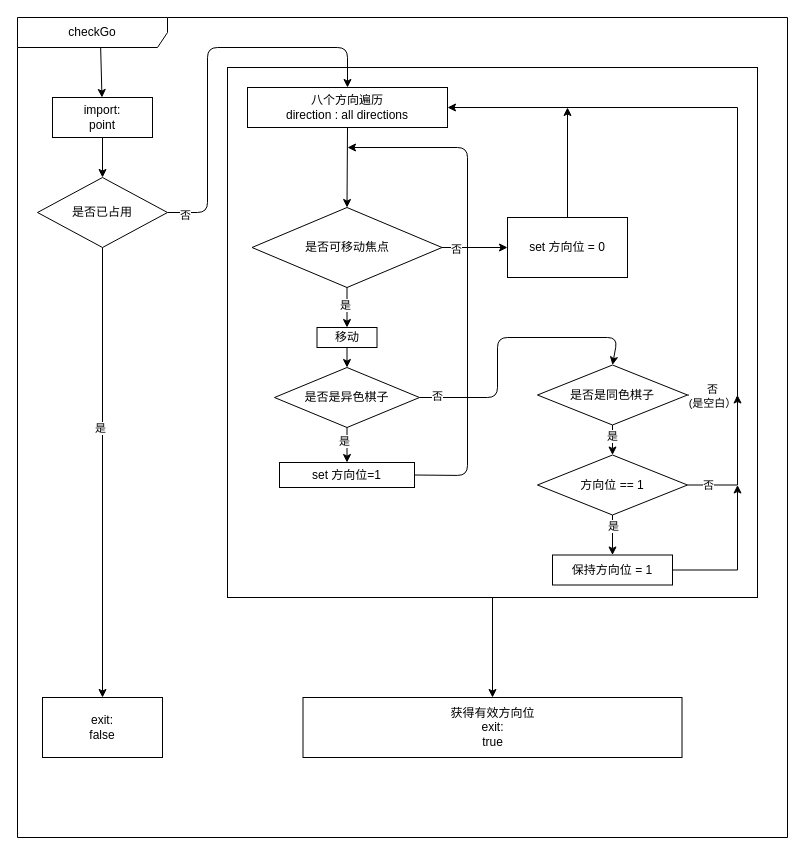
Above: 1_code/2_1_Lab/Week2/checkGo.drawio in SummerS-tars/Programing_OOP (draw.io), before the change. Source tidied: cells renumbered, new cells numbered last; positions are measured from the earlier drawing's top-left corner, leaving out a move shared by most shapes. Both pictures are drawn from the tidied source at 100%, with x=0, y=0 at pixel (17, 17).
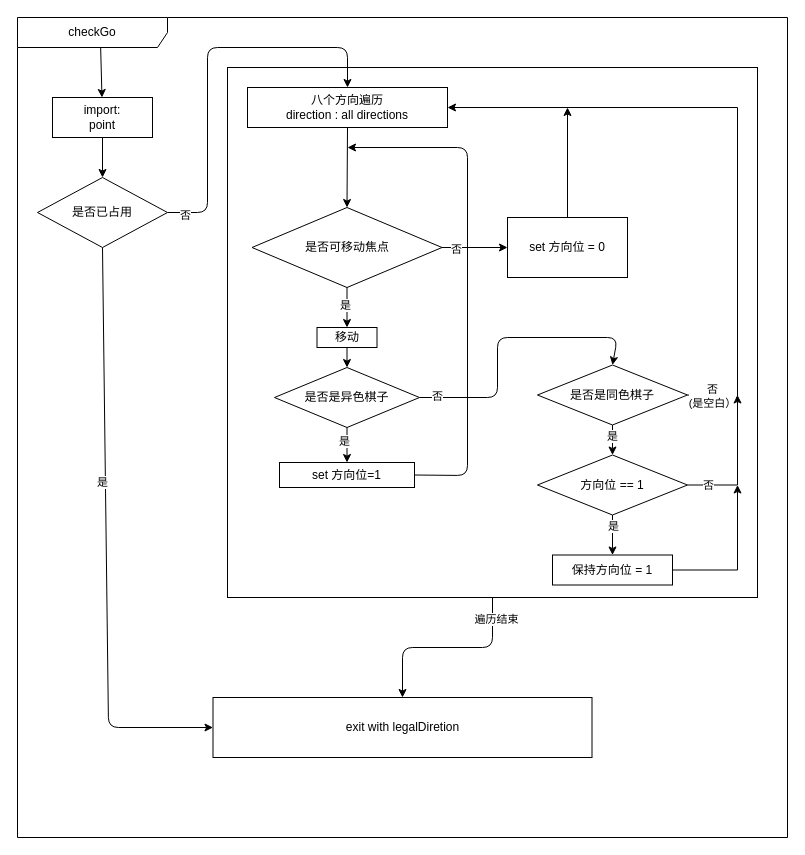
After the change.

The change refers to these unchanged cells:
```xml
<mxCell id="2" value="checkGo" style="shape=umlFrame;whiteSpace=wrap;html=1;width=150;height=30;" parent="1" vertex="1">
  <mxGeometry width="770" height="820" as="geometry" />
</mxCell>
<mxCell id="4" style="rounded=0;whiteSpace=wrap;html=1;glass=0;shadow=0;" parent="2" vertex="1">
  <mxGeometry x="210" y="50" width="530" height="530" as="geometry" />
</mxCell>
<mxCell id="11" value="是否已占用" style="rhombus;whiteSpace=wrap;html=1;" parent="2" vertex="1">
  <mxGeometry x="20" y="160" width="130" height="70" as="geometry" />
</mxCell>
```

The edit, as a diff of the source:
```diff
@@
     <mxCell id="3" style="edgeStyle=none;html=1;exitX=0.5;exitY=1;exitDx=0;exitDy=0;entryX=0.5;entryY=0;entryDx=0;entryDy=0;" parent="2" edge="1" source="4" target="44">
-      <mxGeometry relative="1" as="geometry" />
+      <mxGeometry relative="1" as="geometry">
+        <Array as="points">
+          <mxPoint x="475" y="630" />
+          <mxPoint x="385" y="630" />
+        </Array>
+      </mxGeometry>
     </mxCell>
+    <mxCell id="45" value="遍历结束" style="edgeLabel;html=1;align=center;verticalAlign=middle;" parent="3" vertex="1">
+      <mxGeometry x="-0.78" y="3" relative="1" as="geometry" />
+    </mxCell>
@@
-    <mxCell id="7" style="edgeStyle=none;html=1;exitX=0.5;exitY=1;exitDx=0;exitDy=0;" parent="2" edge="1" source="11" target="13">
-      <mxGeometry relative="1" as="geometry" />
+    <mxCell id="7" style="edgeStyle=none;html=1;exitX=0.5;exitY=1;exitDx=0;exitDy=0;entryX=0;entryY=0.5;entryDx=0;entryDy=0;" parent="2" edge="1" source="11" target="44">
+      <mxGeometry relative="1" as="geometry">
+        <Array as="points">
+          <mxPoint x="91" y="710" />
+        </Array>
+      </mxGeometry>
     </mxCell>
@@
-    <mxCell id="13" value="exit&lt;span style=&quot;background-color: transparent;&quot;&gt;:&lt;/span&gt;&lt;div&gt;&lt;div&gt;false&lt;/div&gt;&lt;/div&gt;" style="rounded=0;whiteSpace=wrap;html=1;" parent="2" vertex="1">
-      <mxGeometry x="25" y="680" width="120" height="60" as="geometry" />
-    </mxCell>
@@
-    <mxCell id="44" value="获得有效方向位 &lt;br&gt;exit:&lt;div&gt;true&lt;/div&gt;" style="rounded=0;whiteSpace=wrap;html=1;" parent="2" vertex="1">
-      <mxGeometry x="285.5" y="680" width="379" height="60" as="geometry" />
+    <mxCell id="44" value="exit with legalDiretion" style="rounded=0;whiteSpace=wrap;html=1;" parent="2" vertex="1">
+      <mxGeometry x="195.5" y="680" width="379" height="60" as="geometry" />
     </mxCell>
```
